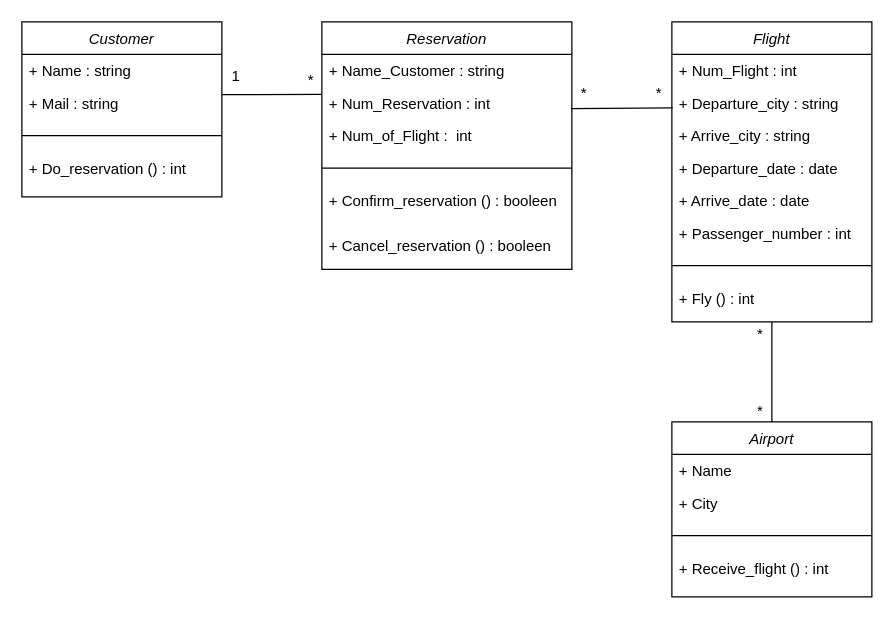
Before: class.drawio in MarieBaude/exerciseUML, a draw.io diagram. Source tidied: cells renumbered, new cells numbered last; positions are measured from the earlier drawing's top-left corner, leaving out a move shared by most shapes. Both pictures are drawn from the tidied source at 125%, with x=0, y=0 at pixel (21, 21).
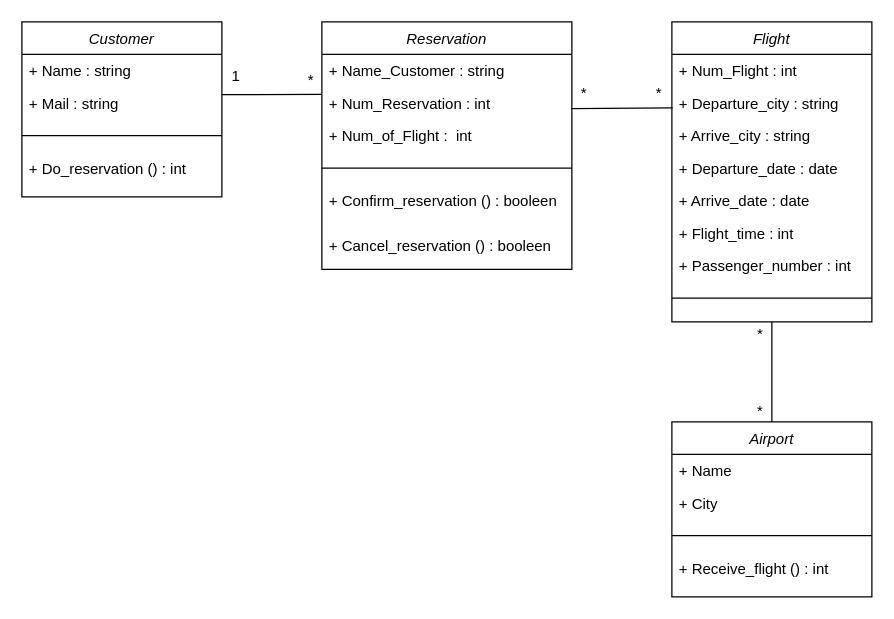
Above is the later version.

Commit message (it also covers changes not shown here):
adding sequence diagram file

The change refers to these unchanged cells:
```xml
<mxCell id="17" value="Flight" style="swimlane;fontStyle=2;align=center;verticalAlign=top;horizontal=1;startSize=26;rounded=0;shadow=0;strokeWidth=1;" parent="1" vertex="1">
  <mxGeometry x="520" width="160" height="240" as="geometry" />
</mxCell>
```

Diff of the diagram source:
```diff
@@
+    <mxCell id="37" value="+ Flight_time : int" style="text;align=left;verticalAlign=top;spacingLeft=4;spacingRight=4;overflow=hidden;" parent="17" vertex="1">
+      <mxGeometry y="156" width="160" height="26" as="geometry" />
+    </mxCell>
     <mxCell id="23" value="+ Passenger_number : int" style="text;align=left;verticalAlign=top;spacingLeft=4;spacingRight=4;overflow=hidden;" parent="17" vertex="1">
-      <mxGeometry y="156" width="160" height="26" as="geometry" />
+      <mxGeometry y="182" width="160" height="26" as="geometry" />
     </mxCell>
     <mxCell id="24" style="line;html=1;strokeWidth=1;align=left;verticalAlign=middle;spacingTop=-1;spacingLeft=3;spacingRight=3;labelPosition=right;" parent="17" vertex="1">
-      <mxGeometry y="182" width="160" height="26" as="geometry" />
+      <mxGeometry y="208" width="160" height="26" as="geometry" />
     </mxCell>
-    <mxCell id="25" value="+ Fly () : int" style="text;align=left;verticalAlign=top;spacingLeft=4;spacingRight=4;overflow=hidden;" parent="17" vertex="1">
-      <mxGeometry y="208" width="160" height="26" as="geometry" />
-    </mxCell>
```
